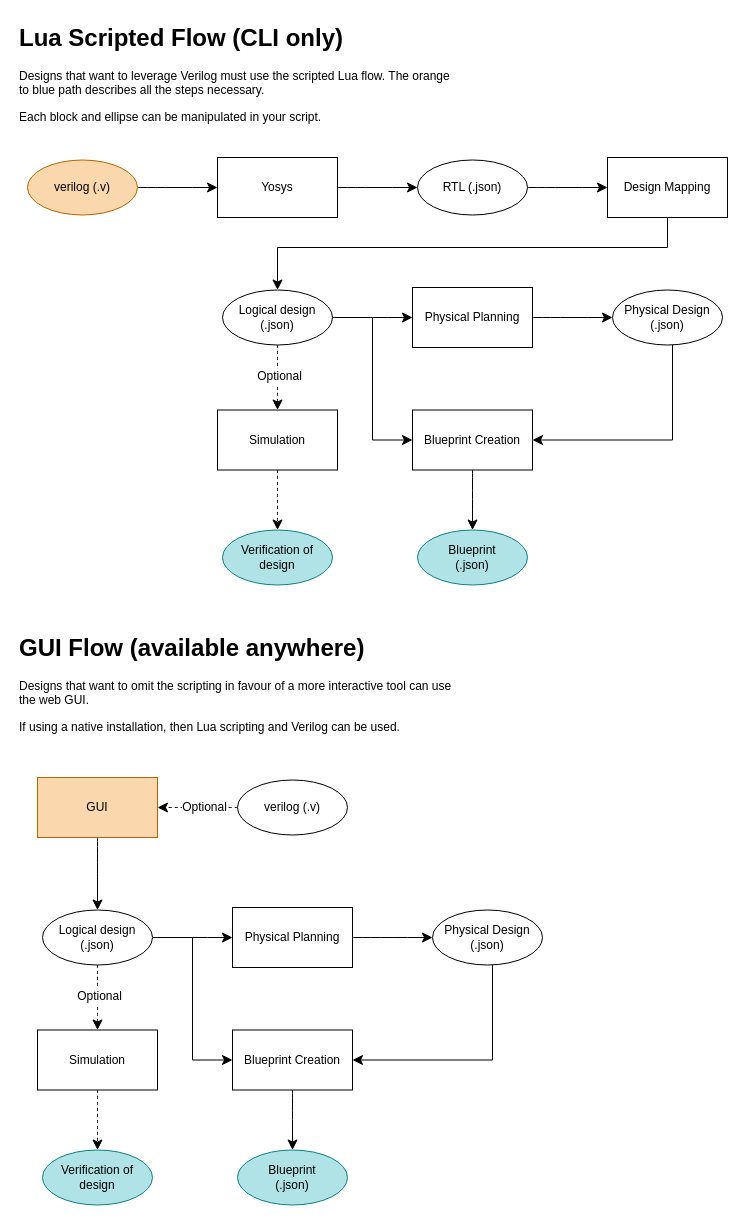
Above: top_v2f/doc/supported flows.drawio in ben-j-c/riscv_v2f_optimized (draw.io), before the change. Source tidied: cells renumbered, new cells numbered last; positions are measured from the earlier drawing's top-left corner, leaving out a move shared by most shapes. Both pictures are drawn from the tidied source at 100%, with x=0, y=0 at pixel (17, 17).
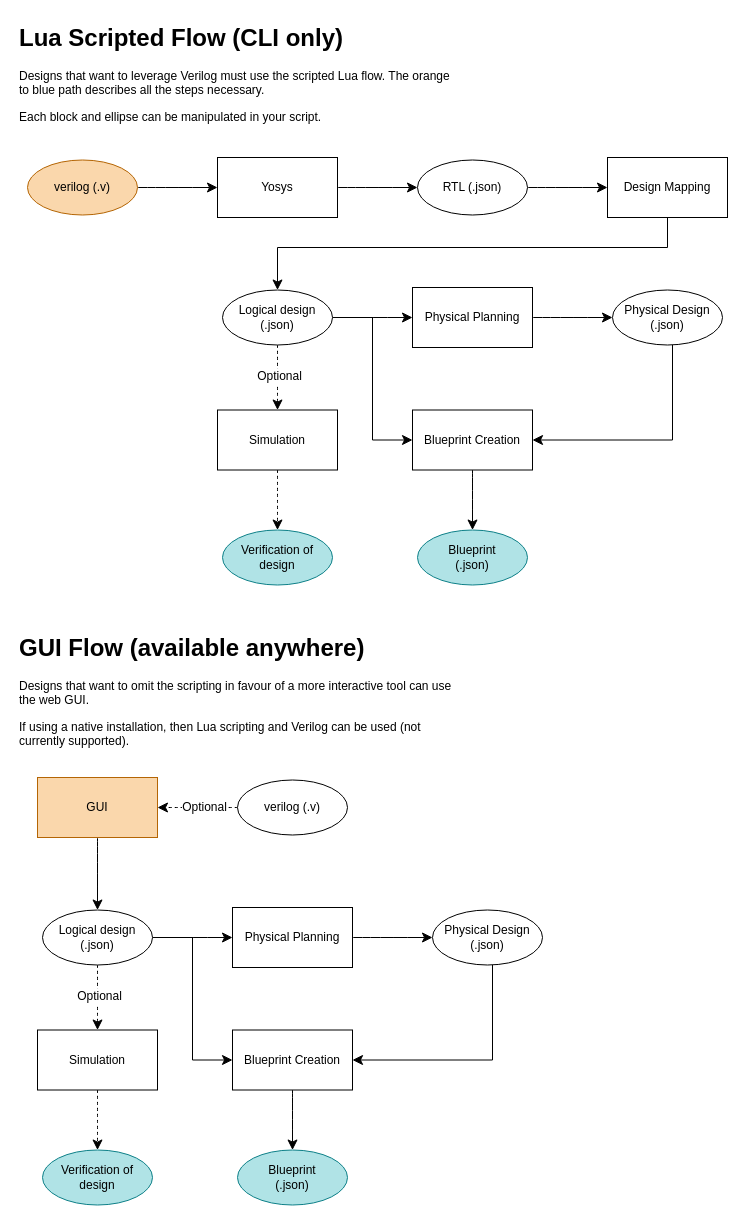
Above is the later version.

What changed in the source:
```diff
@@
-    <mxCell id="23" value="&lt;h1 style=&quot;margin-top: 0px;&quot;&gt;GUI Flow (available anywhere)&lt;/h1&gt;&lt;p&gt;Designs that want to omit the scripting in favour of a more interactive tool can use the web GUI.&lt;/p&gt;&lt;p&gt;If using a native installation, then Lua scripting and Verilog can be used.&lt;/p&gt;" style="text;html=1;whiteSpace=wrap;overflow=hidden;rounded=0;" parent="1" vertex="1">
+    <mxCell id="23" value="&lt;h1 style=&quot;margin-top: 0px;&quot;&gt;GUI Flow (available anywhere)&lt;/h1&gt;&lt;p&gt;Designs that want to omit the scripting in favour of a more interactive tool can use the web GUI.&lt;/p&gt;&lt;p&gt;If using a native installation, then Lua scripting and Verilog can be used (not currently supported).&lt;/p&gt;" style="text;html=1;whiteSpace=wrap;overflow=hidden;rounded=0;" parent="1" vertex="1">
       <mxGeometry y="610" width="440" height="120" as="geometry" />
     </mxCell>
```
